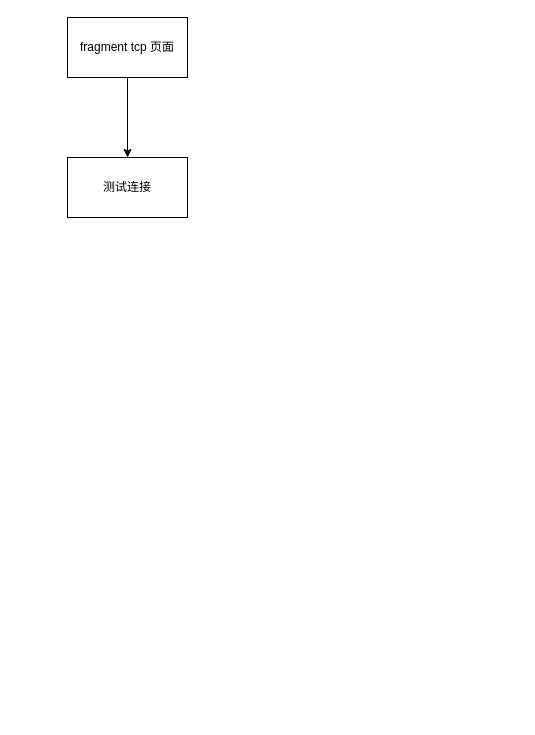
The draw.io diagram RN TCP.drawio in tangme/flowchart, before the edit. Source tidied: cells renumbered, new cells numbered last; positions are measured from the earlier drawing's top-left corner, leaving out a move shared by most shapes. Both pictures are drawn from the tidied source at 100%, with x=0, y=0 at pixel (67, 17).
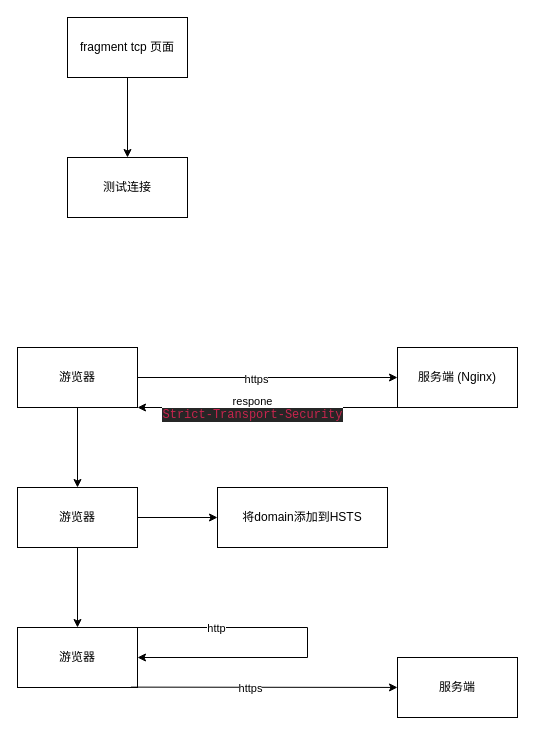
Above is the later version.

Diff of the diagram source:
```diff
@@
+    <mxCell id="5" style="edgeStyle=orthogonalEdgeStyle;rounded=0;jettySize=auto;html=1;" parent="1" edge="1" source="6" target="14">
+      <mxGeometry relative="1" as="geometry" />
+    </mxCell>
+    <mxCell id="6" value="游览器" style="rounded=0;whiteSpace=wrap;html=1;" parent="1" vertex="1">
+      <mxGeometry x="-50" y="330" width="120" height="60" as="geometry" />
+    </mxCell>
+    <mxCell id="7" value="服务端 (Nginx)" style="rounded=0;whiteSpace=wrap;html=1;" parent="1" vertex="1">
+      <mxGeometry x="330" y="330" width="120" height="60" as="geometry" />
+    </mxCell>
+    <mxCell id="8" style="endArrow=classic;html=1;rounded=0;exitX=1;exitY=0.5;exitDx=0;exitDy=0;entryX=0;entryY=0.5;entryDx=0;entryDy=0;" parent="1" edge="1" source="6" target="7">
+      <mxGeometry relative="1" as="geometry" />
+    </mxCell>
+    <mxCell id="9" value="https" style="edgeLabel;html=1;align=center;verticalAlign=middle;" parent="8" vertex="1">
+      <mxGeometry x="-0.09" y="-1" relative="1" as="geometry" />
+    </mxCell>
+    <mxCell id="10" style="endArrow=classic;html=1;rounded=0;exitX=0;exitY=1;exitDx=0;exitDy=0;entryX=1;entryY=1;entryDx=0;entryDy=0;" parent="1" edge="1" source="7" target="6">
+      <mxGeometry relative="1" as="geometry" />
+    </mxCell>
+    <mxCell id="11" value="respone&lt;br&gt;&lt;span style=&quot;color: rgb(199, 37, 78); font-family: Consolas, Monaco, &amp;quot;Andale Mono&amp;quot;, &amp;quot;Ubuntu Mono&amp;quot;, monospace; font-size: 12px; text-align: start; background-color: rgb(38, 38, 38);&quot;&gt;Strict-Transport-Security&lt;/span&gt;" style="edgeLabel;html=1;align=center;verticalAlign=middle;" parent="10" vertex="1">
+      <mxGeometry x="0.14" relative="1" as="geometry">
+        <mxPoint x="2" as="offset" />
+      </mxGeometry>
+    </mxCell>
+    <mxCell id="12" style="edgeStyle=orthogonalEdgeStyle;rounded=0;jettySize=auto;html=1;" parent="1" edge="1" source="14" target="15">
+      <mxGeometry relative="1" as="geometry" />
+    </mxCell>
+    <mxCell id="13" style="edgeStyle=orthogonalEdgeStyle;rounded=0;jettySize=auto;html=1;" parent="1" edge="1" source="14" target="16">
+      <mxGeometry relative="1" as="geometry" />
+    </mxCell>
+    <mxCell id="14" value="游览器" style="rounded=0;whiteSpace=wrap;html=1;" parent="1" vertex="1">
+      <mxGeometry x="-50" y="470" width="120" height="60" as="geometry" />
+    </mxCell>
+    <mxCell id="15" value="将domain添加到HSTS" style="whiteSpace=wrap;html=1;rounded=0;" parent="1" vertex="1">
+      <mxGeometry x="150" y="470" width="170" height="60" as="geometry" />
+    </mxCell>
+    <mxCell id="16" value="游览器" style="rounded=0;whiteSpace=wrap;html=1;" parent="1" vertex="1">
+      <mxGeometry x="-50" y="610" width="120" height="60" as="geometry" />
+    </mxCell>
+    <mxCell id="17" style="edgeStyle=segmentEdgeStyle;endArrow=classic;html=1;rounded=0;exitX=1;exitY=0;exitDx=0;exitDy=0;entryX=1;entryY=0.5;entryDx=0;entryDy=0;" parent="1" edge="1" source="16" target="16">
+      <mxGeometry relative="1" as="geometry">
+        <Array as="points">
+          <mxPoint x="240" y="610" />
+          <mxPoint x="240" y="640" />
+        </Array>
+      </mxGeometry>
+    </mxCell>
+    <mxCell id="18" value="http" style="edgeLabel;html=1;align=center;verticalAlign=middle;" parent="17" vertex="1">
+      <mxGeometry x="-0.58" relative="1" as="geometry" />
+    </mxCell>
+    <mxCell id="19" style="endArrow=classic;html=1;rounded=0;exitX=0.945;exitY=0.994;exitDx=0;exitDy=0;exitPerimeter=0;" parent="1" edge="1" source="16" target="21">
+      <mxGeometry relative="1" as="geometry" />
+    </mxCell>
+    <mxCell id="20" value="https" style="edgeLabel;html=1;align=center;verticalAlign=middle;" parent="19" vertex="1">
+      <mxGeometry x="-0.11" y="-1" relative="1" as="geometry" />
+    </mxCell>
+    <mxCell id="21" value="服务端" style="rounded=0;whiteSpace=wrap;html=1;" parent="1" vertex="1">
+      <mxGeometry x="330" y="640" width="120" height="60" as="geometry" />
+    </mxCell>
```
